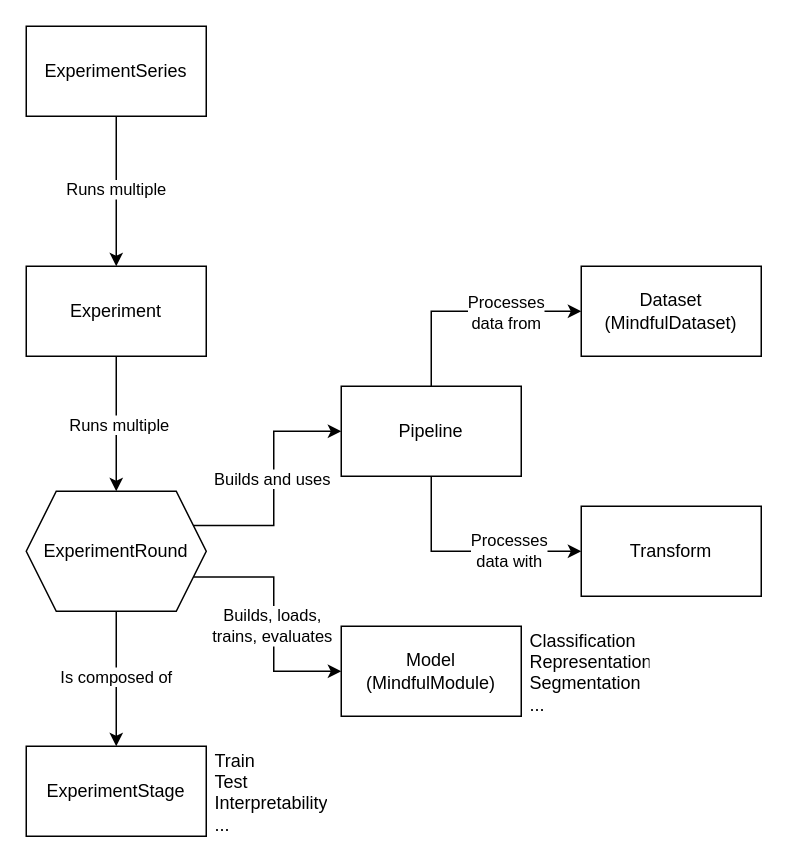
heds-trm/mindful_core keeps this draw.io diagram as doc/ExperimentDiagram.drawio. Above is the earlier version. Source tidied: cells renumbered, new cells numbered last; positions are measured from the earlier drawing's top-left corner, leaving out a move shared by most shapes. Both pictures are drawn from the tidied source at 150%, with x=0, y=0 at pixel (26, 26).
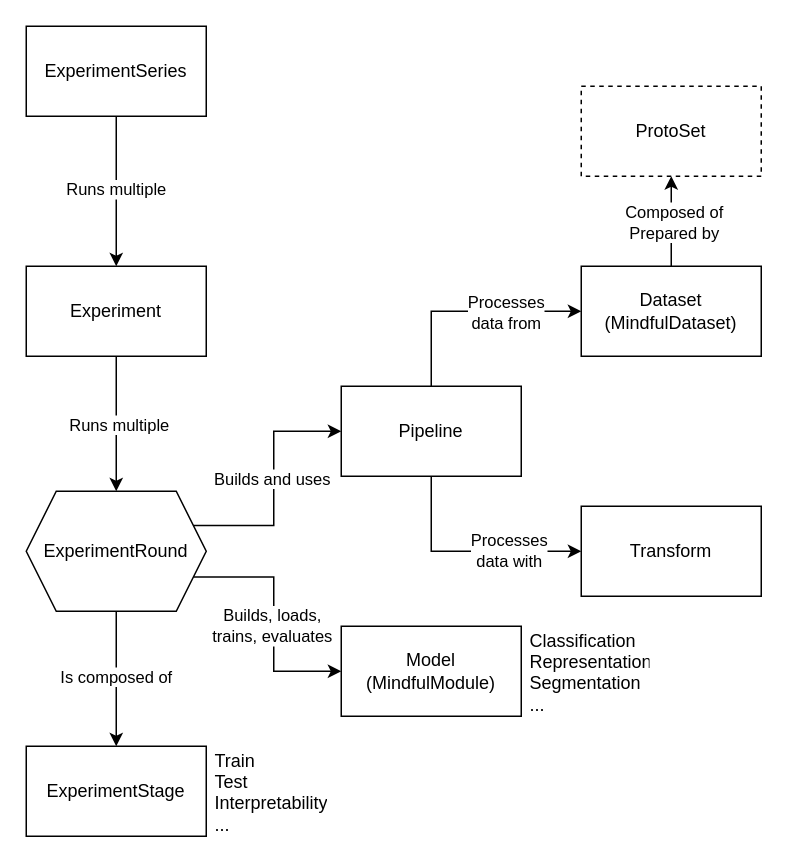
Above is the later version.

Commit message (it also covers changes not shown here):
README.md: Updated diagram and added the remaining project structure description

Unchanged cells that the change refers to:
```xml
<mxCell id="22" value="Dataset&lt;br&gt;(MindfulDataset)" style="rounded=0;whiteSpace=wrap;html=1;" parent="1" vertex="1">
  <mxGeometry x="370" y="160" width="120" height="60" as="geometry" />
</mxCell>
```

Diff of the diagram source:
```diff
@@
+    <mxCell id="26" style="edgeStyle=orthogonalEdgeStyle;rounded=0;jettySize=auto;html=1;exitX=0.5;exitY=0;exitDx=0;exitDy=0;entryX=0.5;entryY=1;entryDx=0;entryDy=0;" parent="1" edge="1" source="22" target="28">
+      <mxGeometry relative="1" as="geometry" />
+    </mxCell>
+    <mxCell id="27" value="Composed of&lt;br&gt;Prepared by" style="edgeLabel;html=1;align=center;verticalAlign=middle;" parent="26" vertex="1">
+      <mxGeometry x="0.01" y="-1" relative="1" as="geometry" />
+    </mxCell>
@@
+    <mxCell id="28" value="ProtoSet" style="rounded=0;whiteSpace=wrap;html=1;dashed=1;strokeWidth=1;" parent="1" vertex="1">
+      <mxGeometry x="370" y="40" width="120" height="60" as="geometry" />
+    </mxCell>
```
